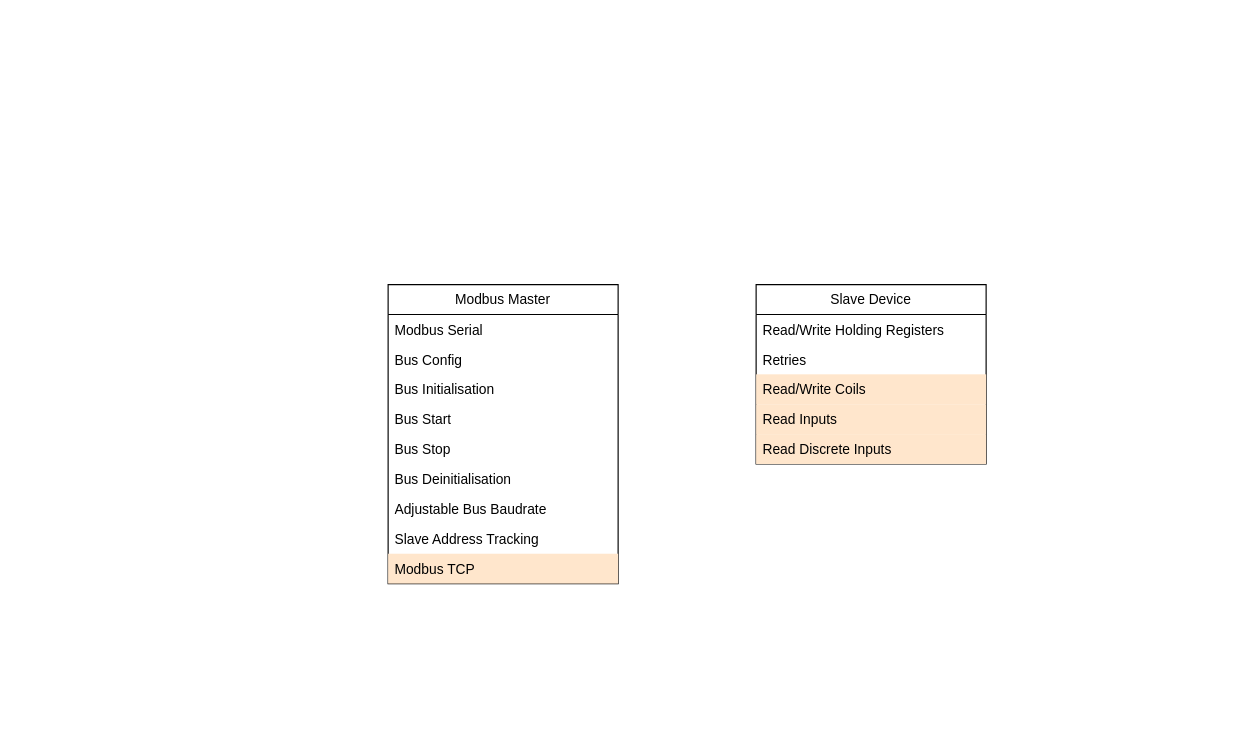
The draw.io diagram page "FunctionalUnits" (2 of 3) of docRaw/DynamicModbusLib.drawio in DomiMartinGlogi/DynamicModbusMaster, before the edit. Source tidied: cells renumbered, new cells numbered last; positions are measured from the earlier drawing's top-left corner, leaving out a move shared by most shapes. Both pictures are drawn from the tidied source at 115%, with x=0, y=0 at pixel (388, 284).
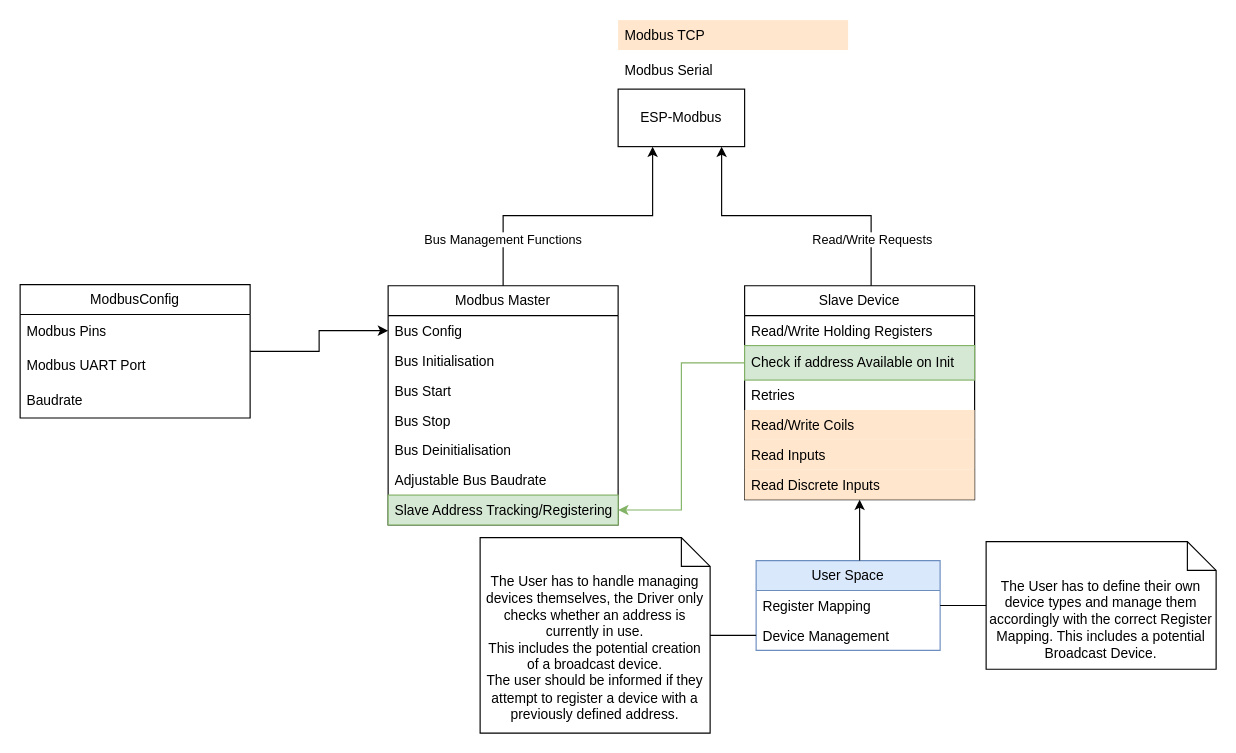
Above is the later version.

Change to the diagram source:
```diff
@@
+    <mxCell id="18" style="edgeStyle=orthogonalEdgeStyle;rounded=0;jettySize=auto;html=1;" parent="1" edge="1" source="2" target="29">
+      <mxGeometry relative="1" as="geometry">
+        <Array as="points">
+          <mxPoint x="100" y="-60" />
+          <mxPoint x="230" y="-60" />
+        </Array>
+      </mxGeometry>
+    </mxCell>
+    <mxCell id="19" value="Bus Management Functions" style="edgeLabel;html=1;align=center;verticalAlign=middle;" parent="18" vertex="1">
+      <mxGeometry x="0.02" y="-4" relative="1" as="geometry">
+        <mxPoint x="-68" y="16" as="offset" />
+      </mxGeometry>
+    </mxCell>
     <mxCell id="2" value="Modbus Master" style="swimlane;fontStyle=0;horizontal=1;startSize=26;fillColor=none;whiteSpace=wrap;html=1;" parent="1" vertex="1">
-      <mxGeometry width="200" height="260" as="geometry" />
+      <mxGeometry y="1" width="200" height="208" as="geometry" />
     </mxCell>
-    <mxCell id="3" value="Modbus Serial" style="text;strokeColor=none;fillColor=none;align=left;verticalAlign=top;spacingLeft=4;spacingRight=4;overflow=hidden;whiteSpace=wrap;html=1;" parent="2" vertex="1">
-      <mxGeometry y="26" width="200" height="26" as="geometry" />
-    </mxCell>
     <mxCell id="4" value="Bus Config" style="text;strokeColor=none;fillColor=none;align=left;verticalAlign=top;spacingLeft=4;spacingRight=4;overflow=hidden;points=[[0,0.5],[1,0.5]];portConstraint=eastwest;whiteSpace=wrap;html=1;" parent="2" vertex="1">
-      <mxGeometry y="52" width="200" height="26" as="geometry" />
+      <mxGeometry y="26" width="200" height="26" as="geometry" />
     </mxCell>
     <mxCell id="5" value="Bus Initialisation" style="text;strokeColor=none;fillColor=none;align=left;verticalAlign=top;spacingLeft=4;spacingRight=4;overflow=hidden;whiteSpace=wrap;html=1;" parent="2" vertex="1">
-      <mxGeometry y="78" width="200" height="26" as="geometry" />
+      <mxGeometry y="52" width="200" height="26" as="geometry" />
     </mxCell>
     <mxCell id="6" value="Bus Start" style="text;strokeColor=none;fillColor=none;align=left;verticalAlign=top;spacingLeft=4;spacingRight=4;overflow=hidden;whiteSpace=wrap;html=1;" parent="2" vertex="1">
-      <mxGeometry y="104" width="200" height="26" as="geometry" />
+      <mxGeometry y="78" width="200" height="26" as="geometry" />
     </mxCell>
     <mxCell id="7" value="Bus Stop" style="text;strokeColor=none;fillColor=none;align=left;verticalAlign=top;spacingLeft=4;spacingRight=4;overflow=hidden;whiteSpace=wrap;html=1;" parent="2" vertex="1">
-      <mxGeometry y="130" width="200" height="26" as="geometry" />
+      <mxGeometry y="104" width="200" height="26" as="geometry" />
     </mxCell>
     <mxCell id="8" value="Bus Deinitialisation" style="text;strokeColor=none;fillColor=none;align=left;verticalAlign=top;spacingLeft=4;spacingRight=4;overflow=hidden;whiteSpace=wrap;html=1;" parent="2" vertex="1">
-      <mxGeometry y="156" width="200" height="26" as="geometry" />
+      <mxGeometry y="130" width="200" height="26" as="geometry" />
     </mxCell>
     <mxCell id="9" value="Adjustable Bus Baudrate&amp;nbsp;" style="text;strokeColor=none;fillColor=none;align=left;verticalAlign=top;spacingLeft=4;spacingRight=4;overflow=hidden;whiteSpace=wrap;html=1;" parent="2" vertex="1">
-      <mxGeometry y="182" width="200" height="26" as="geometry" />
+      <mxGeometry y="156" width="200" height="26" as="geometry" />
     </mxCell>
-    <mxCell id="10" value="Slave Address Tracking" style="text;strokeColor=none;fillColor=none;align=left;verticalAlign=top;spacingLeft=4;spacingRight=4;overflow=hidden;points=[[0,0.5],[1,0.5]];portConstraint=eastwest;whiteSpace=wrap;html=1;" parent="2" vertex="1">
-      <mxGeometry y="208" width="200" height="26" as="geometry" />
+    <mxCell id="10" value="Slave Address Tracking/Registering" style="text;strokeColor=#82b366;fillColor=#d5e8d4;align=left;verticalAlign=top;spacingLeft=4;spacingRight=4;overflow=hidden;points=[[0,0.5],[1,0.5]];portConstraint=eastwest;whiteSpace=wrap;html=1;" parent="2" vertex="1">
+      <mxGeometry y="182" width="200" height="26" as="geometry" />
     </mxCell>
-    <mxCell id="11" value="Modbus TCP" style="text;strokeColor=none;fillColor=#ffe6cc;align=left;verticalAlign=top;spacingLeft=4;spacingRight=4;overflow=hidden;whiteSpace=wrap;html=1;strokeWidth=0;rounded=0;glass=0;" parent="2" vertex="1">
-      <mxGeometry y="234" width="200" height="26" as="geometry" />
-    </mxCell>
+    <mxCell id="20" style="edgeStyle=orthogonalEdgeStyle;rounded=0;jettySize=auto;html=1;" parent="1" edge="1" source="12" target="29">
+      <mxGeometry relative="1" as="geometry">
+        <Array as="points">
+          <mxPoint x="420" y="-60" />
+          <mxPoint x="290" y="-60" />
+        </Array>
+      </mxGeometry>
+    </mxCell>
+    <mxCell id="21" value="Read/Write Requests" style="edgeLabel;html=1;align=center;verticalAlign=middle;" parent="20" vertex="1">
+      <mxGeometry x="-0.05" y="1" relative="1" as="geometry">
+        <mxPoint x="58" y="19" as="offset" />
+      </mxGeometry>
+    </mxCell>
     <mxCell id="12" value="Slave Device" style="swimlane;fontStyle=0;horizontal=1;startSize=26;fillColor=none;whiteSpace=wrap;html=1;" parent="1" vertex="1">
-      <mxGeometry x="320" width="200" height="156" as="geometry" />
+      <mxGeometry x="310" y="1" width="200" height="186" as="geometry" />
     </mxCell>
@@
+    <mxCell id="22" value="Check if address Available on Init" style="text;strokeColor=#82b366;fillColor=#d5e8d4;align=left;verticalAlign=middle;spacingLeft=4;spacingRight=4;overflow=hidden;points=[[0,0.5],[1,0.5]];portConstraint=eastwest;whiteSpace=wrap;html=1;" parent="12" vertex="1">
+      <mxGeometry y="52" width="200" height="30" as="geometry" />
+    </mxCell>
     <mxCell id="14" value="Retries" style="text;strokeColor=none;fillColor=none;align=left;verticalAlign=top;spacingLeft=4;spacingRight=4;overflow=hidden;whiteSpace=wrap;html=1;" parent="12" vertex="1">
-      <mxGeometry y="52" width="200" height="26" as="geometry" />
+      <mxGeometry y="82" width="200" height="26" as="geometry" />
     </mxCell>
     <mxCell id="15" value="Read/Write Coils" style="text;strokeColor=none;fillColor=#ffe6cc;align=left;verticalAlign=top;spacingLeft=4;spacingRight=4;overflow=hidden;whiteSpace=wrap;html=1;strokeWidth=0;rounded=0;glass=0;" parent="12" vertex="1">
-      <mxGeometry y="78" width="200" height="26" as="geometry" />
+      <mxGeometry y="108" width="200" height="26" as="geometry" />
     </mxCell>
     <mxCell id="16" value="Read Inputs" style="text;strokeColor=none;fillColor=#ffe6cc;align=left;verticalAlign=top;spacingLeft=4;spacingRight=4;overflow=hidden;whiteSpace=wrap;html=1;" parent="12" vertex="1">
-      <mxGeometry y="104" width="200" height="26" as="geometry" />
+      <mxGeometry y="134" width="200" height="26" as="geometry" />
     </mxCell>
     <mxCell id="17" value="Read Discrete Inputs" style="text;strokeColor=none;fillColor=#ffe6cc;align=left;verticalAlign=top;spacingLeft=4;spacingRight=4;overflow=hidden;whiteSpace=wrap;html=1;" parent="12" vertex="1">
-      <mxGeometry y="130" width="200" height="26" as="geometry" />
+      <mxGeometry y="160" width="200" height="26" as="geometry" />
     </mxCell>
+    <mxCell id="23" style="edgeStyle=orthogonalEdgeStyle;rounded=0;jettySize=auto;html=1;" parent="1" edge="1" source="24" target="4">
+      <mxGeometry relative="1" as="geometry" />
+    </mxCell>
+    <mxCell id="24" value="ModbusConfig" style="swimlane;fontStyle=0;horizontal=1;startSize=26;fillColor=none;whiteSpace=wrap;html=1;" parent="1" vertex="1">
+      <mxGeometry x="-320" width="200" height="116" as="geometry" />
+    </mxCell>
+    <mxCell id="25" value="Modbus Pins" style="text;strokeColor=none;fillColor=none;align=left;verticalAlign=middle;spacingLeft=4;spacingRight=4;overflow=hidden;whiteSpace=wrap;html=1;" parent="24" vertex="1">
+      <mxGeometry y="26" width="200" height="30" as="geometry" />
+    </mxCell>
+    <mxCell id="26" value="Modbus UART Port" style="text;strokeColor=none;fillColor=none;align=left;verticalAlign=middle;spacingLeft=4;spacingRight=4;overflow=hidden;whiteSpace=wrap;html=1;" parent="24" vertex="1">
+      <mxGeometry y="56" width="200" height="30" as="geometry" />
+    </mxCell>
+    <mxCell id="27" value="Baudrate" style="text;strokeColor=none;fillColor=none;align=left;verticalAlign=middle;spacingLeft=4;spacingRight=4;overflow=hidden;whiteSpace=wrap;html=1;" parent="24" vertex="1">
+      <mxGeometry y="86" width="200" height="30" as="geometry" />
+    </mxCell>
+    <mxCell id="28" style="edgeStyle=orthogonalEdgeStyle;rounded=0;jettySize=auto;html=1;fillColor=#d5e8d4;strokeColor=#82b366;" parent="1" edge="1" source="22" target="10">
+      <mxGeometry relative="1" as="geometry" />
+    </mxCell>
+    <mxCell id="29" value="ESP-Modbus" style="html=1;whiteSpace=wrap;" parent="1" vertex="1">
+      <mxGeometry x="200" y="-170" width="110" height="50" as="geometry" />
+    </mxCell>
+    <mxCell id="3" value="Modbus Serial" style="text;strokeColor=none;fillColor=none;align=left;verticalAlign=top;spacingLeft=4;spacingRight=4;overflow=hidden;whiteSpace=wrap;html=1;" parent="1" vertex="1">
+      <mxGeometry x="200" y="-200" width="200" height="26" as="geometry" />
+    </mxCell>
+    <mxCell id="11" value="Modbus TCP" style="text;strokeColor=none;fillColor=#ffe6cc;align=left;verticalAlign=top;spacingLeft=4;spacingRight=4;overflow=hidden;whiteSpace=wrap;html=1;strokeWidth=0;rounded=0;glass=0;" parent="1" vertex="1">
+      <mxGeometry x="200" y="-230" width="200" height="26" as="geometry" />
+    </mxCell>
+    <mxCell id="30" value="User Space" style="swimlane;fontStyle=0;horizontal=1;startSize=26;fillColor=#dae8fc;whiteSpace=wrap;html=1;strokeColor=#6c8ebf;" parent="1" vertex="1">
+      <mxGeometry x="320" y="240" width="160" height="78" as="geometry" />
+    </mxCell>
+    <mxCell id="31" value="Register Mapping" style="text;strokeColor=none;fillColor=none;align=left;verticalAlign=top;spacingLeft=4;spacingRight=4;overflow=hidden;points=[[0,0.5],[1,0.5]];portConstraint=eastwest;whiteSpace=wrap;html=1;" parent="30" vertex="1">
+      <mxGeometry y="26" width="160" height="26" as="geometry" />
+    </mxCell>
+    <mxCell id="32" value="Device Management" style="text;strokeColor=none;fillColor=none;align=left;verticalAlign=top;spacingLeft=4;spacingRight=4;overflow=hidden;points=[[0,0.5],[1,0.5]];portConstraint=eastwest;whiteSpace=wrap;html=1;" parent="30" vertex="1">
+      <mxGeometry y="52" width="160" height="26" as="geometry" />
+    </mxCell>
+    <mxCell id="33" style="edgeStyle=orthogonalEdgeStyle;rounded=0;jettySize=auto;html=1;" parent="1" edge="1" source="30" target="12">
+      <mxGeometry relative="1" as="geometry">
+        <Array as="points">
+          <mxPoint x="410" y="230" />
+          <mxPoint x="410" y="230" />
+        </Array>
+      </mxGeometry>
+    </mxCell>
+    <mxCell id="34" value="The User has to handle managing devices themselves, the Driver only checks whether an address is currently in use.&lt;br&gt;This includes the potential creation of a broadcast device.&lt;br&gt;The user should be informed if they attempt to register a device with a previously defined address." style="shape=note2;boundedLbl=1;whiteSpace=wrap;html=1;size=25;verticalAlign=top;align=center;" parent="1" vertex="1">
+      <mxGeometry x="80" y="220" width="200" height="170" as="geometry" />
+    </mxCell>
+    <mxCell id="35" style="edgeStyle=orthogonalEdgeStyle;rounded=0;jettySize=auto;html=1;endArrow=none;endFill=0;" parent="1" edge="1" source="32" target="34">
+      <mxGeometry relative="1" as="geometry" />
+    </mxCell>
+    <mxCell id="36" value="The User has to define their own device types and manage them accordingly with the correct Register Mapping. This includes a potential Broadcast Device." style="shape=note2;boundedLbl=1;whiteSpace=wrap;html=1;size=25;verticalAlign=top;align=center;" parent="1" vertex="1">
+      <mxGeometry x="520" y="223.5" width="200" height="111" as="geometry" />
+    </mxCell>
+    <mxCell id="37" style="edgeStyle=orthogonalEdgeStyle;rounded=0;jettySize=auto;html=1;endArrow=none;endFill=0;" parent="1" edge="1" source="31" target="36">
+      <mxGeometry relative="1" as="geometry" />
+    </mxCell>
```
